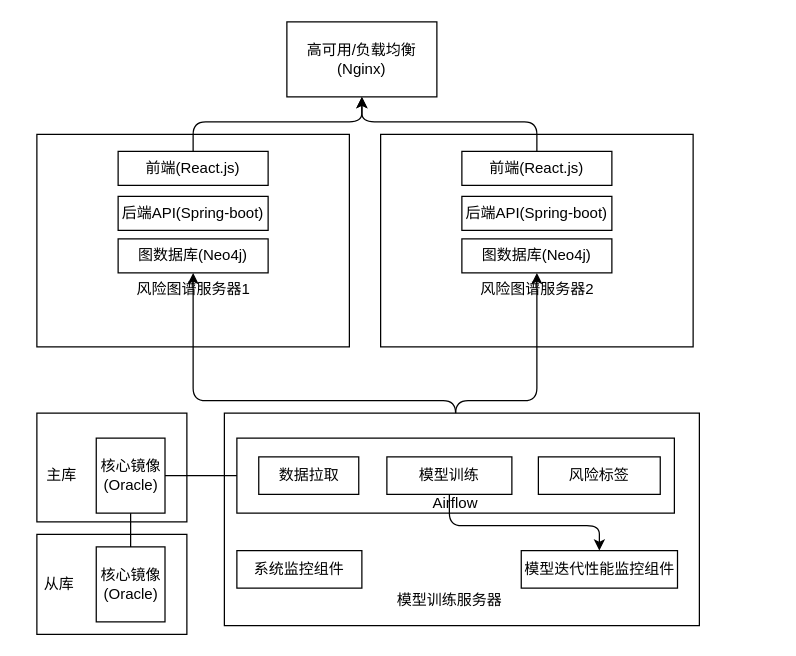
Earlier version of the draw.io diagram page "应用部署拓扑图" (3 of 7) of 太平/taiping-arch.drawio (XiaoLiuAI/diagrams). Source tidied: cells renumbered, new cells numbered last; positions are measured from the earlier drawing's top-left corner, leaving out a move shared by most shapes. Both pictures are drawn from the tidied source at 125%, with x=0, y=0 at pixel (21, 21).
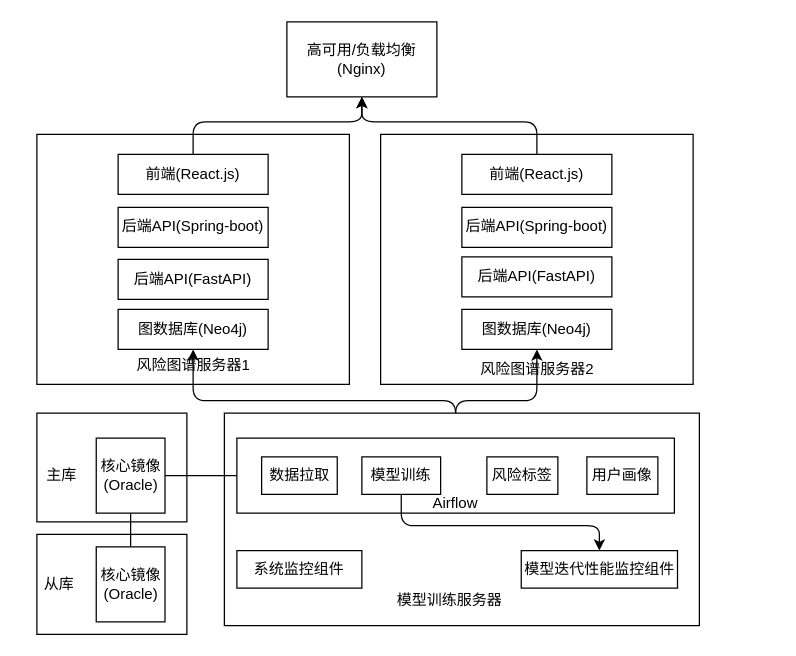
After the change.

The change refers to these unchanged cells:
```xml
<mxCell id="23" style="group;" parent="1" vertex="1">
  <mxGeometry x="172" y="333" width="352.5" height="140" as="geometry" />
</mxCell>
```

What changed in the source:
```diff
@@
     <mxCell id="4" style="group;" parent="1" vertex="1">
-      <mxGeometry x="12" y="90" width="250" height="170" as="geometry" />
+      <mxGeometry x="12" y="90" width="250" height="200" as="geometry" />
     </mxCell>
     <mxCell id="5" style="rounded=0;whiteSpace=wrap;html=1;" parent="4" vertex="1">
-      <mxGeometry width="250" height="170" as="geometry" />
+      <mxGeometry width="250" height="200" as="geometry" />
     </mxCell>
     <mxCell id="6" value="风险图谱服务器1" style="text;html=1;strokeColor=none;fillColor=none;align=center;verticalAlign=middle;whiteSpace=wrap;rounded=0;" parent="4" vertex="1">
-      <mxGeometry x="78.8" y="117.6" width="92.5" height="13.6" as="geometry" />
+      <mxGeometry x="78.8" y="176.5" width="92.5" height="16" as="geometry" />
     </mxCell>
     <mxCell id="7" value="前端(React.js)" style="rounded=0;whiteSpace=wrap;html=1;" parent="4" vertex="1">
-      <mxGeometry x="65" y="13.6" width="120" height="27.2" as="geometry" />
+      <mxGeometry x="65" y="16" width="120" height="32" as="geometry" />
     </mxCell>
     <mxCell id="8" value="后端API(Spring-boot)" style="rounded=0;whiteSpace=wrap;html=1;" parent="4" vertex="1">
-      <mxGeometry x="65" y="49.6" width="120" height="27.2" as="geometry" />
+      <mxGeometry x="65" y="58.4" width="120" height="32" as="geometry" />
     </mxCell>
     <mxCell id="9" value="图数据库(Neo4j)" style="rounded=0;whiteSpace=wrap;html=1;" parent="4" vertex="1">
-      <mxGeometry x="65" y="83.6" width="120" height="27.2" as="geometry" />
+      <mxGeometry x="65" y="140" width="120" height="32" as="geometry" />
     </mxCell>
+    <mxCell id="37" value="后端API(FastAPI)" style="rounded=0;whiteSpace=wrap;html=1;" parent="4" vertex="1">
+      <mxGeometry x="65" y="100" width="120" height="32" as="geometry" />
+    </mxCell>
     <mxCell id="10" style="group;" parent="1" vertex="1">
-      <mxGeometry x="287" y="90" width="315" height="170" as="geometry" />
+      <mxGeometry x="287" y="90" width="315" height="200" as="geometry" />
     </mxCell>
     <mxCell id="11" style="rounded=0;whiteSpace=wrap;html=1;" parent="10" vertex="1">
-      <mxGeometry width="250" height="170" as="geometry" />
+      <mxGeometry width="250" height="200" as="geometry" />
     </mxCell>
     <mxCell id="12" value="风险图谱服务器2" style="text;html=1;strokeColor=none;fillColor=none;align=center;verticalAlign=middle;whiteSpace=wrap;rounded=0;" parent="10" vertex="1">
-      <mxGeometry x="78.8" y="117.6" width="92.5" height="13.6" as="geometry" />
+      <mxGeometry x="78.8" y="180" width="92.5" height="16" as="geometry" />
     </mxCell>
     <mxCell id="13" value="前端(React.js)" style="rounded=0;whiteSpace=wrap;html=1;" parent="10" vertex="1">
-      <mxGeometry x="65" y="13.6" width="120" height="27.2" as="geometry" />
+      <mxGeometry x="65" y="16" width="120" height="32" as="geometry" />
     </mxCell>
     <mxCell id="14" value="后端API(Spring-boot)" style="rounded=0;whiteSpace=wrap;html=1;" parent="10" vertex="1">
-      <mxGeometry x="65" y="49.6" width="120" height="27.2" as="geometry" />
+      <mxGeometry x="65" y="58.4" width="120" height="32" as="geometry" />
     </mxCell>
     <mxCell id="15" value="图数据库(Neo4j)" style="rounded=0;whiteSpace=wrap;html=1;" parent="10" vertex="1">
-      <mxGeometry x="65" y="83.6" width="120" height="27.2" as="geometry" />
+      <mxGeometry x="65" y="140" width="120" height="32" as="geometry" />
     </mxCell>
+    <mxCell id="38" value="后端API(FastAPI)" style="rounded=0;whiteSpace=wrap;html=1;" parent="10" vertex="1">
+      <mxGeometry x="65" y="98" width="120" height="32" as="geometry" />
+    </mxCell>
@@
     <mxCell id="28" value="数据拉取" style="rounded=0;whiteSpace=wrap;html=1;" parent="23" vertex="1">
-      <mxGeometry x="17.5" y="15" width="80" height="30" as="geometry" />
+      <mxGeometry x="19.8" y="15" width="60.5" height="30" as="geometry" />
     </mxCell>
     <mxCell id="29" value="模型训练" style="rounded=0;whiteSpace=wrap;html=1;" parent="23" vertex="1">
-      <mxGeometry x="120" y="15" width="100" height="30" as="geometry" />
+      <mxGeometry x="100" y="15" width="63" height="30" as="geometry" />
     </mxCell>
     <mxCell id="30" value="风险标签" style="rounded=0;whiteSpace=wrap;html=1;" parent="23" vertex="1">
-      <mxGeometry x="241.2" y="15" width="97.5" height="30" as="geometry" />
+      <mxGeometry x="200" y="15" width="56.8" height="30" as="geometry" />
     </mxCell>
@@
+    <mxCell id="39" value="用户画像" style="rounded=0;whiteSpace=wrap;html=1;" parent="23" vertex="1">
+      <mxGeometry x="280" y="15" width="56.8" height="30" as="geometry" />
+    </mxCell>
```
